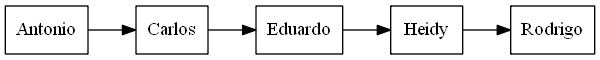
Above: imagenes/inorden.png in RoberttHernan/EDD_1S2020_PY1_201700870 (Graphviz), before the change. Its source is kept beside it as dot_s/inorden.dot.
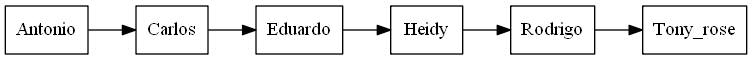
After the commit.

What changed in the source:
```diff
@@ -1,5 +1,5 @@
 digraph g {
  rankdir=LR;
  node [shape = record]
-"Antonio"->"Carlos"->"Eduardo"->"Heidy"->"Rodrigo"
+"Antonio"->"Carlos"->"Eduardo"->"Heidy"->"Rodrigo"->"Tony_rose"
 }
```
